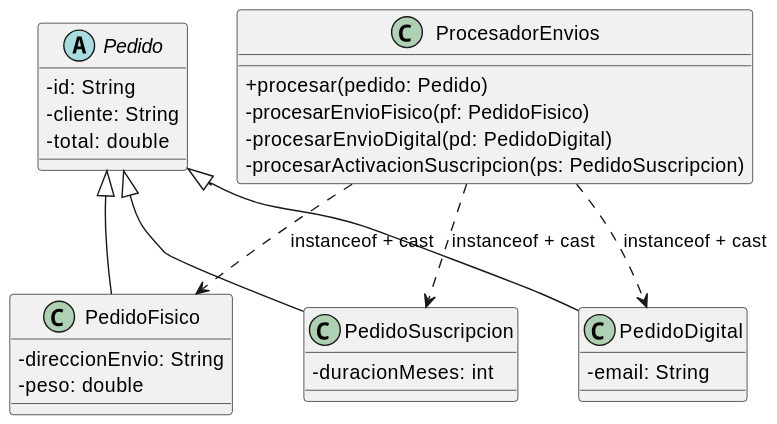
Earlier version of the PlantUML export src/DOO/DD/DD03/v000mal/diagrama.svg (mmasias/idsw2).
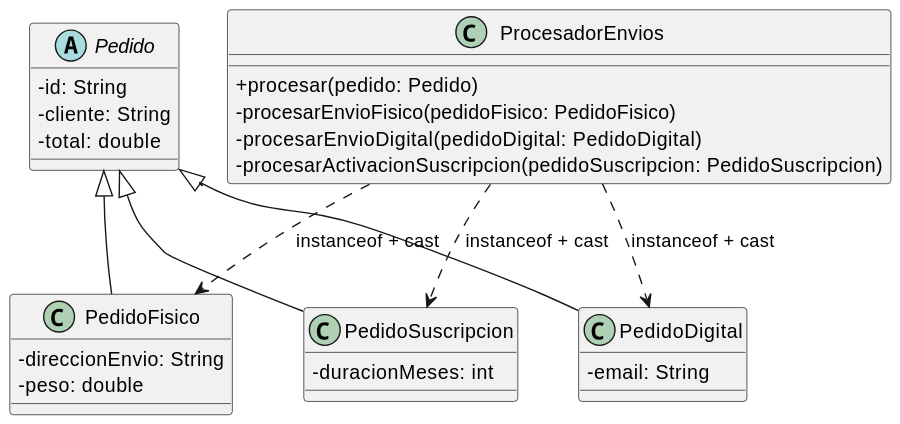
The same file after the commit.

Change to the diagram source:
```diff
@@ -22,9 +22,9 @@
 
 class ProcesadorEnvios {
     + procesar(pedido: Pedido)
-    - procesarEnvioFisico(pf: PedidoFisico)
-    - procesarEnvioDigital(pd: PedidoDigital)
-    - procesarActivacionSuscripcion(ps: PedidoSuscripcion)
+    - procesarEnvioFisico(pedidoFisico: PedidoFisico)
+    - procesarEnvioDigital(pedidoDigital: PedidoDigital)
+    - procesarActivacionSuscripcion(pedidoSuscripcion: PedidoSuscripcion)
 }
 
 Pedido <|-- PedidoFisico
```
